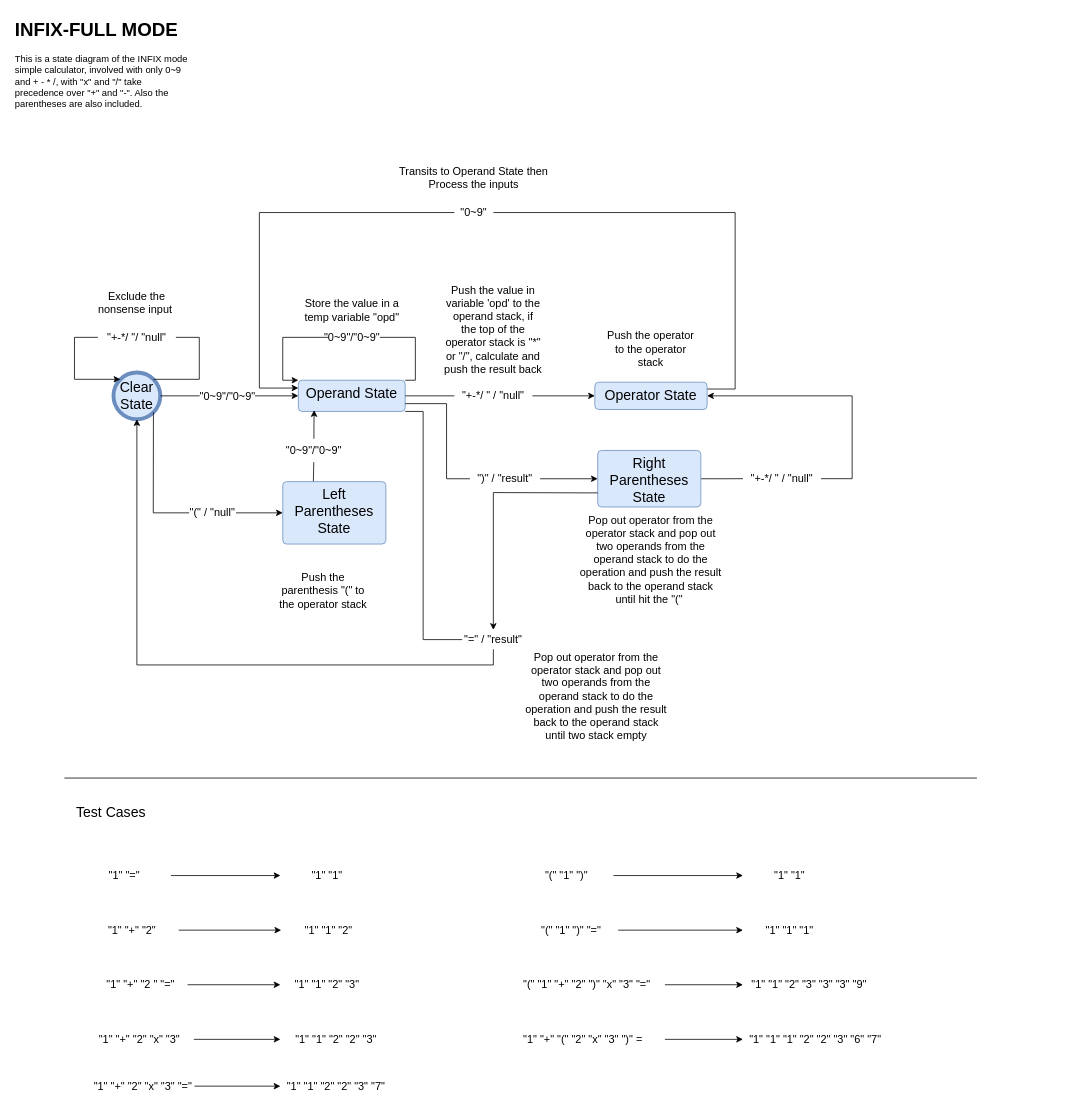
Before: page "INFIX-FULL" (3 of 3) of res/calculator_state_diagram.drawio in dcheng69/Simple_Calculator, a draw.io diagram. Source tidied: cells renumbered, new cells numbered last; positions are measured from the earlier drawing's top-left corner, leaving out a move shared by most shapes. Both pictures are drawn from the tidied source at 78%, with x=0, y=0 at pixel (13, 13).
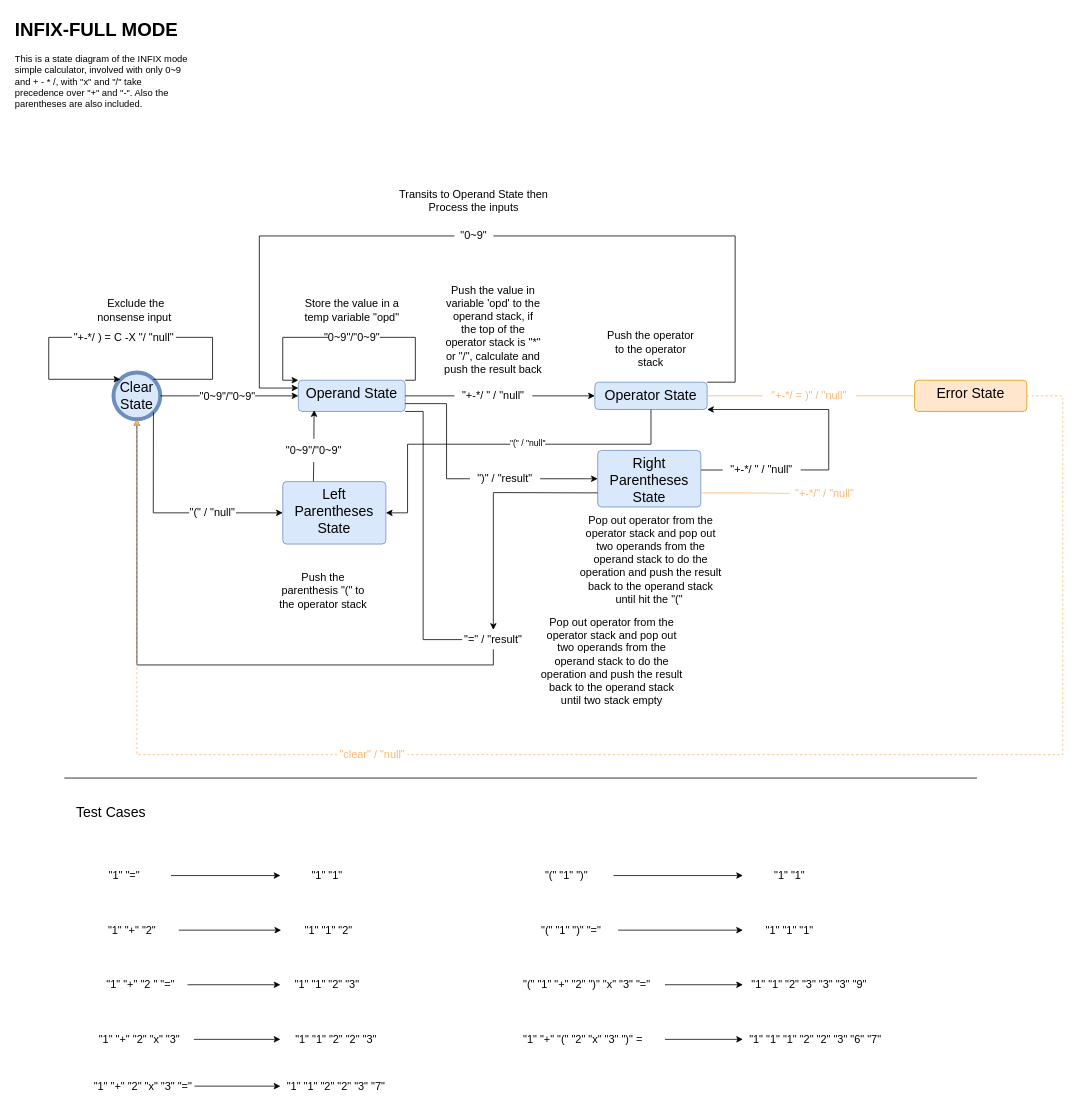
After the change.

Commit message (it also covers changes not shown here):
Modify the state diagram accordingly

[Ticket: state diagram]

[body]
1. Add error state accordingly

[test]
none

Note:
1. Some of the transitions are still missing from the diagram, but the
   code has already implement all those transitions.
2. Too many lines will make the diagram hard to read, so just leave it
   as it is right now

The change refers to these unchanged cells:
```xml
<mxCell id="2" value="&lt;font style=&quot;font-size: 18px;&quot;&gt;Clear State&lt;/font&gt;" style="shape=ellipse;html=1;dashed=0;whiteSpace=wrap;strokeWidth=5;perimeter=ellipsePerimeter;fillColor=#dae8fc;strokeColor=#6c8ebf;" parent="1" vertex="1">
  <mxGeometry x="128" y="460" width="60" height="60" as="geometry" />
</mxCell>
<mxCell id="23" value="&lt;font style=&quot;font-size: 18px;&quot;&gt;Left Parentheses State&lt;/font&gt;" style="html=1;align=center;verticalAlign=top;rounded=1;absoluteArcSize=1;arcSize=10;dashed=0;whiteSpace=wrap;fillColor=#dae8fc;strokeColor=#6c8ebf;" parent="1" vertex="1">
  <mxGeometry x="345" y="600" width="132.2" height="80" as="geometry" />
</mxCell>
<mxCell id="34" value="&lt;font style=&quot;font-size: 18px;&quot;&gt;Right Parentheses State&lt;/font&gt;" style="html=1;align=center;verticalAlign=top;rounded=1;absoluteArcSize=1;arcSize=10;dashed=0;whiteSpace=wrap;fillColor=#dae8fc;strokeColor=#6c8ebf;" parent="1" vertex="1">
  <mxGeometry x="748.8" y="560" width="132.2" height="72.5" as="geometry" />
</mxCell>
<mxCell id="36" value="&lt;font style=&quot;font-size: 18px;&quot;&gt;Operator State&lt;/font&gt;" style="html=1;align=center;verticalAlign=top;rounded=1;absoluteArcSize=1;arcSize=10;dashed=0;whiteSpace=wrap;fillColor=#dae8fc;strokeColor=#6c8ebf;" parent="1" vertex="1">
  <mxGeometry x="745.1" y="472.5" width="144" height="35" as="geometry" />
</mxCell>
```

Diff of the diagram source:
```diff
@@
-    <mxCell id="3" value="&lt;font style=&quot;font-size: 14px;&quot;&gt;&quot;+-*/ &quot;/ &quot;null&quot;&lt;/font&gt;" style="text;html=1;align=center;verticalAlign=middle;whiteSpace=wrap;rounded=0;" parent="1" vertex="1">
-      <mxGeometry x="108" y="400" width="100" height="30" as="geometry" />
+    <mxCell id="3" value="&lt;font style=&quot;font-size: 14px;&quot;&gt;&quot;+-*/ ) = C -X &quot;/ &quot;null&quot;&lt;/font&gt;" style="text;html=1;align=center;verticalAlign=middle;whiteSpace=wrap;rounded=0;" parent="1" vertex="1">
+      <mxGeometry x="75" y="400" width="133" height="30" as="geometry" />
     </mxCell>
     <mxCell id="4" style="endArrow=none;html=1;rounded=0;exitX=1;exitY=0;exitDx=0;exitDy=0;entryX=1;entryY=0.5;entryDx=0;entryDy=0;edgeStyle=elbowEdgeStyle;" parent="1" edge="1" source="2" target="3">
       <mxGeometry relative="1" as="geometry">
         <Array as="points">
-          <mxPoint x="238" y="440" />
+          <mxPoint x="255" y="450" />
         </Array>
       </mxGeometry>
     </mxCell>
     <mxCell id="5" style="endArrow=classic;html=1;rounded=0;exitX=0;exitY=0.5;exitDx=0;exitDy=0;entryX=0;entryY=0;entryDx=0;entryDy=0;edgeStyle=elbowEdgeStyle;" parent="1" edge="1" source="3" target="2">
       <mxGeometry relative="1" as="geometry">
         <Array as="points">
-          <mxPoint x="78" y="450" />
+          <mxPoint x="45" y="440" />
         </Array>
       </mxGeometry>
     </mxCell>
     <mxCell id="6" value="&lt;font style=&quot;font-size: 14px;&quot;&gt;Exclude the nonsense input&amp;nbsp;&lt;/font&gt;" style="text;html=1;align=center;verticalAlign=middle;whiteSpace=wrap;rounded=0;" parent="1" vertex="1">
-      <mxGeometry x="93" y="350" width="130" height="40" as="geometry" />
+      <mxGeometry x="91.7" y="360" width="130" height="40" as="geometry" />
     </mxCell>
@@
-    <mxCell id="18" style="endArrow=none;html=1;rounded=0;exitX=1;exitY=0.25;exitDx=0;exitDy=0;edgeStyle=elbowEdgeStyle;entryX=1;entryY=0.5;entryDx=0;entryDy=0;" parent="1" edge="1" source="36" target="20">
+    <mxCell id="18" style="endArrow=none;html=1;rounded=0;exitX=1;exitY=0;exitDx=0;exitDy=0;edgeStyle=elbowEdgeStyle;entryX=1;entryY=0.5;entryDx=0;entryDy=0;" parent="1" edge="1" source="36" target="20">
       <mxGeometry relative="1" as="geometry">
         <Array as="points">
           <mxPoint x="925" y="380" />
         </Array>
       </mxGeometry>
     </mxCell>
     <mxCell id="19" value="&lt;font style=&quot;font-size: 14px;&quot;&gt;Transits to Operand State then Process the inputs&lt;/font&gt;" style="text;html=1;align=center;verticalAlign=middle;whiteSpace=wrap;rounded=0;" parent="1" vertex="1">
-      <mxGeometry x="493" y="190" width="194" height="40" as="geometry" />
+      <mxGeometry x="493" y="220" width="194" height="40" as="geometry" />
     </mxCell>
     <mxCell id="20" value="&lt;span style=&quot;font-size: 14px; text-wrap: nowrap; background-color: rgb(255, 255, 255);&quot;&gt;&quot;0~9&quot;&lt;/span&gt;" style="text;html=1;align=center;verticalAlign=middle;whiteSpace=wrap;rounded=0;" parent="1" vertex="1">
-      <mxGeometry x="565" y="240" width="50" height="30" as="geometry" />
+      <mxGeometry x="565" y="270" width="50" height="30" as="geometry" />
     </mxCell>
@@
-    <mxCell id="33" style="edgeStyle=orthogonalEdgeStyle;rounded=0;jettySize=auto;html=1;endArrow=none;endFill=0;" parent="1" edge="1" source="34" target="72">
-      <mxGeometry relative="1" as="geometry" />
+    <mxCell id="33" style="edgeStyle=orthogonalEdgeStyle;rounded=0;orthogonalLoop=1;jettySize=auto;html=1;endArrow=none;endFill=0;exitX=0.998;exitY=0.347;exitDx=0;exitDy=0;exitPerimeter=0;" parent="1" edge="1">
+      <mxGeometry relative="1" as="geometry">
+        <mxPoint x="880.8" y="585.1" as="sourcePoint" />
+        <mxPoint x="909.1" y="584.9" as="targetPoint" />
+      </mxGeometry>
     </mxCell>
@@
     <mxCell id="42" value="&lt;font style=&quot;font-size: 14px;&quot;&gt;Pop out operator from the operator stack and pop out two operands from the operand stack to do the operation and push the result back to the operand stack until two stack empty&lt;/font&gt;" style="text;html=1;align=center;verticalAlign=middle;whiteSpace=wrap;rounded=0;" parent="1" vertex="1">
-      <mxGeometry x="655" y="815" width="184.1" height="120" as="geometry" />
+      <mxGeometry x="675" y="770" width="184.1" height="120" as="geometry" />
     </mxCell>
@@
     <mxCell id="72" value="&lt;span style=&quot;font-size: 14px;&quot;&gt;&quot;+-*/ &quot; / &quot;null&quot;&lt;/span&gt;" style="text;html=1;align=center;verticalAlign=middle;whiteSpace=wrap;rounded=0;" parent="1" vertex="1">
-      <mxGeometry x="935" y="581.2" width="100" height="30" as="geometry" />
+      <mxGeometry x="909.1" y="575" width="100" height="20" as="geometry" />
     </mxCell>
-    <mxCell id="73" style="edgeStyle=orthogonalEdgeStyle;rounded=0;jettySize=auto;html=1;exitX=1;exitY=0.5;exitDx=0;exitDy=0;entryX=1;entryY=0.5;entryDx=0;entryDy=0;" parent="1" edge="1" source="72" target="36">
+    <mxCell id="73" style="edgeStyle=orthogonalEdgeStyle;rounded=0;jettySize=auto;html=1;exitX=1;exitY=0.5;exitDx=0;exitDy=0;entryX=1;entryY=1;entryDx=0;entryDy=0;" parent="1" edge="1" source="72" target="36">
       <mxGeometry relative="1" as="geometry">
         <Array as="points">
-          <mxPoint x="1075" y="596" />
-          <mxPoint x="1075" y="490" />
+          <mxPoint x="1045" y="585" />
+          <mxPoint x="1045" y="508" />
         </Array>
       </mxGeometry>
     </mxCell>
@@
+    <mxCell id="75" value="&lt;font style=&quot;font-size: 18px;&quot;&gt;Error State&lt;/font&gt;" style="html=1;align=center;verticalAlign=top;rounded=1;absoluteArcSize=1;arcSize=10;dashed=0;whiteSpace=wrap;fillColor=#ffe6cc;strokeColor=#d79b00;" parent="1" vertex="1">
+      <mxGeometry x="1155" y="470" width="144" height="40" as="geometry" />
+    </mxCell>
+    <mxCell id="76" style="endArrow=none;html=1;rounded=0;entryX=1;entryY=0.5;entryDx=0;entryDy=0;exitX=1;exitY=0.5;exitDx=0;exitDy=0;strokeColor=#FFB570;edgeStyle=elbowEdgeStyle;endFill=0;dashed=1;" parent="1" edge="1" source="75" target="77">
+      <mxGeometry relative="1" as="geometry">
+        <Array as="points">
+          <mxPoint x="1345" y="710" />
+        </Array>
+      </mxGeometry>
+    </mxCell>
+    <mxCell id="77" value="&lt;span style=&quot;font-size: 14px;&quot;&gt;&lt;font color=&quot;#ffb570&quot;&gt;&quot;clear&quot; / &quot;null&quot;&lt;/font&gt;&lt;/span&gt;" style="text;html=1;align=center;verticalAlign=middle;whiteSpace=wrap;rounded=0;" parent="1" vertex="1">
+      <mxGeometry x="415" y="935" width="90" height="30" as="geometry" />
+    </mxCell>
+    <mxCell id="78" style="endArrow=none;html=1;rounded=0;exitX=1;exitY=0.5;exitDx=0;exitDy=0;strokeColor=#FFB570;edgeStyle=elbowEdgeStyle;endFill=0;entryX=0;entryY=0.5;entryDx=0;entryDy=0;" parent="1" edge="1" source="36" target="79">
+      <mxGeometry relative="1" as="geometry" />
+    </mxCell>
+    <mxCell id="79" value="&lt;font color=&quot;#ffb570&quot;&gt;&lt;span style=&quot;font-size: 14px;&quot;&gt;&quot;+-*/ = )&quot; / &quot;null&quot;&lt;/span&gt;&lt;/font&gt;" style="text;html=1;align=center;verticalAlign=middle;whiteSpace=wrap;rounded=0;" parent="1" vertex="1">
+      <mxGeometry x="960" y="475" width="120" height="30" as="geometry" />
+    </mxCell>
+    <mxCell id="80" style="endArrow=none;html=1;rounded=0;strokeColor=#FFB570;edgeStyle=elbowEdgeStyle;endFill=0;entryX=0;entryY=0.5;entryDx=0;entryDy=0;exitX=1;exitY=0.5;exitDx=0;exitDy=0;" parent="1" edge="1" source="79" target="75">
+      <mxGeometry relative="1" as="geometry">
+        <Array as="points">
+          <mxPoint x="1115" y="470" />
+        </Array>
+      </mxGeometry>
+    </mxCell>
+    <mxCell id="81" style="edgeStyle=orthogonalEdgeStyle;rounded=0;jettySize=auto;html=1;exitX=0.5;exitY=1;exitDx=0;exitDy=0;entryX=1;entryY=0.5;entryDx=0;entryDy=0;" parent="1" edge="1" source="36" target="23">
+      <mxGeometry relative="1" as="geometry">
+        <Array as="points">
+          <mxPoint x="817" y="552" />
+          <mxPoint x="505" y="552" />
+          <mxPoint x="505" y="640" />
+        </Array>
+      </mxGeometry>
+    </mxCell>
+    <mxCell id="82" value="&quot;(&quot; / &quot;null&quot;" style="edgeLabel;html=1;align=center;verticalAlign=middle;" parent="81" vertex="1">
+      <mxGeometry x="-0.14" y="-2" relative="1" as="geometry" />
+    </mxCell>
+    <mxCell id="83" style="endArrow=classic;html=1;rounded=0;exitX=0;exitY=0.5;exitDx=0;exitDy=0;strokeColor=#FFB570;edgeStyle=elbowEdgeStyle;endFill=1;entryX=0.5;entryY=1;entryDx=0;entryDy=0;dashed=1;" parent="1" edge="1" source="77" target="2">
+      <mxGeometry relative="1" as="geometry">
+        <Array as="points">
+          <mxPoint x="158" y="730" />
+        </Array>
+      </mxGeometry>
+    </mxCell>
+    <mxCell id="84" value="&lt;font color=&quot;#ffb570&quot;&gt;&lt;span style=&quot;font-size: 14px;&quot;&gt;&quot;+-*/&quot; / &quot;null&quot;&lt;/span&gt;&lt;/font&gt;" style="text;html=1;align=center;verticalAlign=middle;whiteSpace=wrap;rounded=0;" parent="1" vertex="1">
+      <mxGeometry x="995" y="600" width="90" height="30" as="geometry" />
+    </mxCell>
+    <mxCell id="85" style="endArrow=none;html=1;rounded=0;exitX=1;exitY=0.75;exitDx=0;exitDy=0;strokeColor=#FFB570;edgeStyle=elbowEdgeStyle;endFill=0;entryX=0;entryY=0.5;entryDx=0;entryDy=0;" parent="1" edge="1" source="34" target="84">
+      <mxGeometry relative="1" as="geometry" />
+    </mxCell>
```
